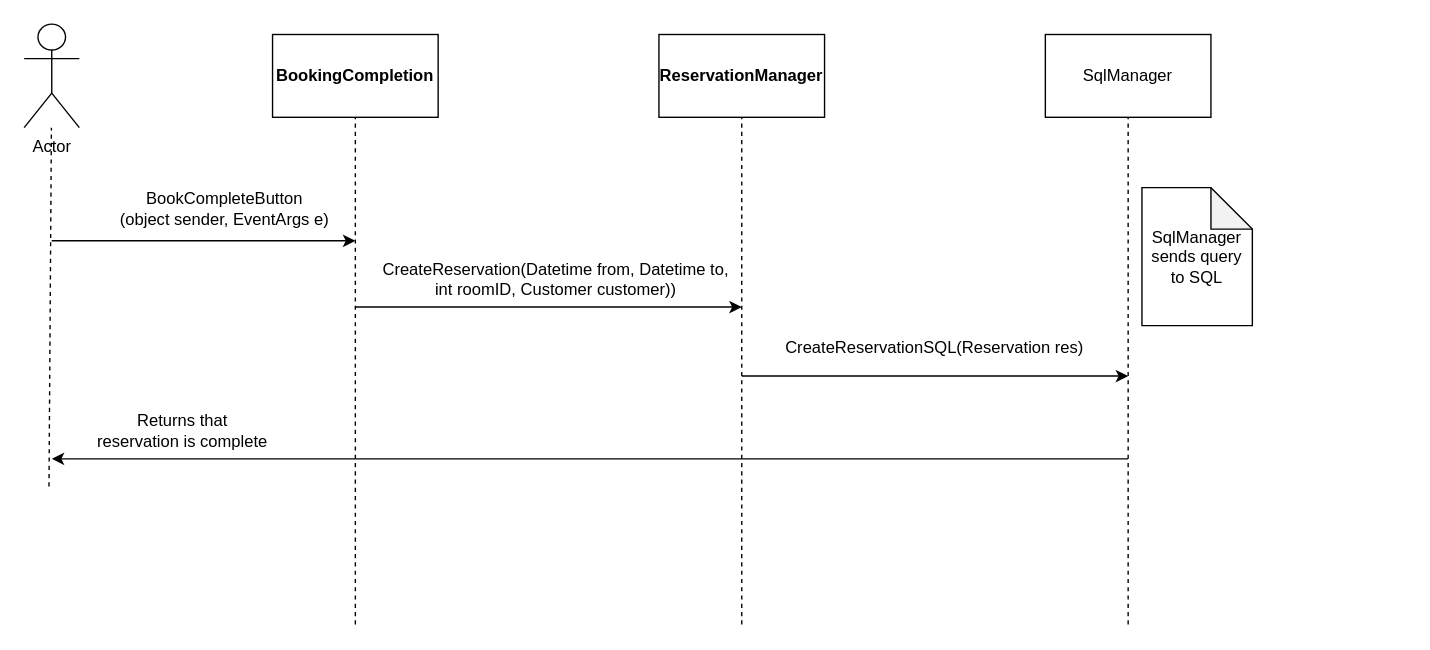
Earlier version of the draw.io diagram Dokumentation/SD diagram.drawio (NansyT/CountryLiving). Source tidied: cells renumbered, new cells numbered last; positions are measured from the earlier drawing's top-left corner, leaving out a move shared by most shapes. Both pictures are drawn from the tidied source at 138%, with x=0, y=0 at pixel (23, 23).
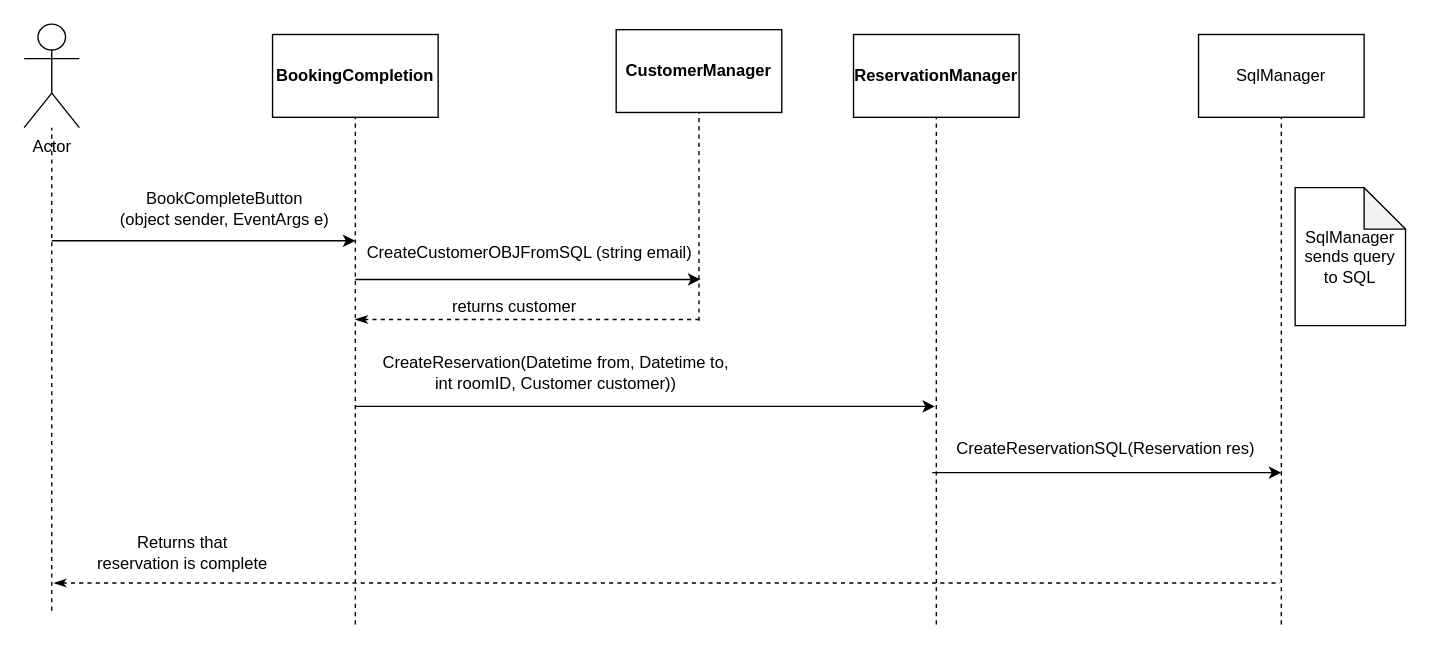
The same diagram, later.

The change refers to these unchanged cells:
```xml
<mxCell id="2" value="Actor" style="shape=umlActor;verticalLabelPosition=bottom;labelBackgroundColor=#ffffff;verticalAlign=top;html=1;outlineConnect=0;" parent="1" vertex="1">
  <mxGeometry width="40" height="75" as="geometry" />
</mxCell>
```

What changed in the source:
```diff
@@
     <mxCell id="3" style="endArrow=none;dashed=1;html=1;" parent="1" edge="1" target="2">
       <mxGeometry relative="1" as="geometry">
-        <mxPoint x="18" y="335" as="sourcePoint" />
+        <mxPoint x="20" y="425" as="sourcePoint" />
       </mxGeometry>
     </mxCell>
@@
     <mxCell id="5" value="&lt;b&gt;ReservationManager&lt;/b&gt;" style="rounded=0;whiteSpace=wrap;html=1;" parent="1" vertex="1">
-      <mxGeometry x="460" y="7.5" width="120" height="60" as="geometry" />
+      <mxGeometry x="601" y="7.5" width="120" height="60" as="geometry" />
     </mxCell>
@@
     <mxCell id="7" style="endArrow=none;dashed=1;html=1;entryX=0.5;entryY=1;entryDx=0;entryDy=0;" parent="1" edge="1" target="5">
       <mxGeometry relative="1" as="geometry">
-        <mxPoint x="520" y="435" as="sourcePoint" />
+        <mxPoint x="661" y="435" as="sourcePoint" />
       </mxGeometry>
     </mxCell>
@@
     <mxCell id="10" style="endArrow=classic;html=1;" parent="1" edge="1">
       <mxGeometry relative="1" as="geometry">
-        <mxPoint x="240" y="205" as="sourcePoint" />
-        <mxPoint x="520" y="205" as="targetPoint" />
+        <mxPoint x="240" y="277" as="sourcePoint" />
+        <mxPoint x="660" y="277" as="targetPoint" />
       </mxGeometry>
     </mxCell>
     <mxCell id="11" value="CreateReservation(Datetime from, Datetime to, &lt;br&gt;int roomID, Customer customer))" style="text;html=1;align=center;verticalAlign=middle;" parent="1" vertex="1">
-      <mxGeometry x="250" y="170" width="270" height="30" as="geometry" />
+      <mxGeometry x="250" y="238" width="270" height="30" as="geometry" />
     </mxCell>
     <mxCell id="12" value="SqlManager" style="rounded=0;whiteSpace=wrap;html=1;" parent="1" vertex="1">
-      <mxGeometry x="740" y="7.5" width="120" height="60" as="geometry" />
+      <mxGeometry x="851" y="7.5" width="120" height="60" as="geometry" />
     </mxCell>
     <mxCell id="13" style="endArrow=none;dashed=1;html=1;entryX=0.5;entryY=1;entryDx=0;entryDy=0;" parent="1" edge="1" target="12">
       <mxGeometry relative="1" as="geometry">
-        <mxPoint x="800" y="435" as="sourcePoint" />
+        <mxPoint x="911" y="435" as="sourcePoint" />
       </mxGeometry>
     </mxCell>
     <mxCell id="14" style="endArrow=classic;html=1;" parent="1" edge="1">
       <mxGeometry relative="1" as="geometry">
-        <mxPoint x="520" y="255" as="sourcePoint" />
-        <mxPoint x="800" y="255" as="targetPoint" />
+        <mxPoint x="658" y="325" as="sourcePoint" />
+        <mxPoint x="911" y="325" as="targetPoint" />
       </mxGeometry>
     </mxCell>
     <mxCell id="15" value="CreateReservationSQL(Reservation res)" style="text;html=1;strokeColor=none;fillColor=none;align=center;verticalAlign=middle;whiteSpace=wrap;rounded=0;" parent="1" vertex="1">
-      <mxGeometry x="540" y="225" width="240" height="20" as="geometry" />
+      <mxGeometry x="664" y="298" width="240" height="20" as="geometry" />
     </mxCell>
-    <mxCell id="16" style="endArrow=classic;html=1;" parent="1" edge="1">
-      <mxGeometry relative="1" as="geometry">
-        <mxPoint x="800" y="315" as="sourcePoint" />
-        <mxPoint x="20" y="315" as="targetPoint" />
-      </mxGeometry>
-    </mxCell>
     <mxCell id="17" value="Returns that reservation is complete" style="text;html=1;strokeColor=none;fillColor=none;align=center;verticalAlign=middle;whiteSpace=wrap;rounded=0;" parent="1" vertex="1">
-      <mxGeometry x="50" y="285" width="130" height="20" as="geometry" />
+      <mxGeometry x="50" y="373" width="130" height="20" as="geometry" />
     </mxCell>
     <mxCell id="18" value="SqlManager sends query to SQL" style="shape=note;whiteSpace=wrap;html=1;backgroundOutline=1;darkOpacity=0.05;" parent="1" vertex="1">
-      <mxGeometry x="810" y="118.5" width="80" height="100" as="geometry" />
+      <mxGeometry x="921" y="118.5" width="80" height="100" as="geometry" />
     </mxCell>
+    <mxCell id="19" value="&lt;b&gt;CustomerManager&lt;/b&gt;" style="rounded=0;whiteSpace=wrap;html=1;" parent="1" vertex="1">
+      <mxGeometry x="429" y="4" width="120" height="60" as="geometry" />
+    </mxCell>
+    <mxCell id="20" style="endArrow=none;dashed=1;html=1;entryX=0.5;entryY=1;entryDx=0;entryDy=0;" parent="1" edge="1" target="19">
+      <mxGeometry relative="1" as="geometry">
+        <mxPoint x="489" y="215" as="sourcePoint" />
+      </mxGeometry>
+    </mxCell>
+    <mxCell id="21" style="endArrow=classic;html=1;" parent="1" edge="1">
+      <mxGeometry relative="1" as="geometry">
+        <mxPoint x="240" y="185" as="sourcePoint" />
+        <mxPoint x="490" y="185" as="targetPoint" />
+      </mxGeometry>
+    </mxCell>
+    <mxCell id="22" value="CreateCustomerOBJFromSQL (string email)" style="text;html=1;align=center;verticalAlign=middle;" parent="1" vertex="1">
+      <mxGeometry x="241" y="155.5" width="250" height="20" as="geometry" />
+    </mxCell>
+    <mxCell id="23" style="endArrow=none;dashed=1;html=1;startArrow=classicThin;startFill=1;" parent="1" edge="1">
+      <mxGeometry relative="1" as="geometry">
+        <mxPoint x="240" y="214" as="sourcePoint" />
+        <mxPoint x="490" y="214" as="targetPoint" />
+      </mxGeometry>
+    </mxCell>
+    <mxCell id="24" value="returns customer" style="text;html=1;align=center;verticalAlign=middle;" parent="1" vertex="1">
+      <mxGeometry x="300" y="195" width="110" height="20" as="geometry" />
+    </mxCell>
+    <mxCell id="25" style="endArrow=none;dashed=1;html=1;startArrow=classicThin;startFill=1;" parent="1" edge="1">
+      <mxGeometry relative="1" as="geometry">
+        <mxPoint x="21.5" y="405" as="sourcePoint" />
+        <mxPoint x="910" y="405" as="targetPoint" />
+      </mxGeometry>
+    </mxCell>
```
